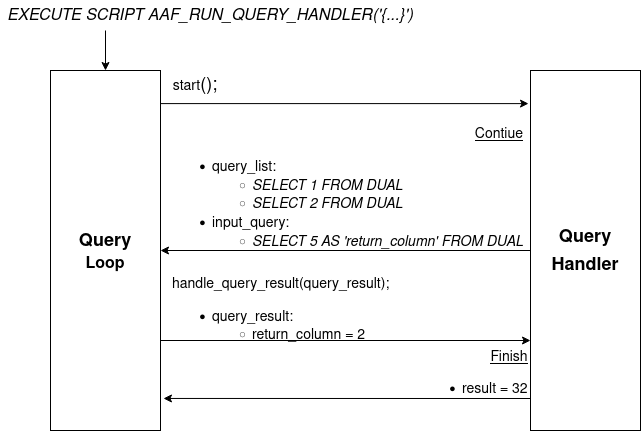
The draw.io diagram doc/images/sample_execution.png in exasol/advanced-analytics-framework, before a commit. Source tidied: cells renumbered, new cells last; positions are measured from the earlier drawing's top-left corner, leaving out a move shared by most shapes. The source it was exported from:
```xml
<mxGraphModel>
  <root>
    <mxCell id="0" />
    <mxCell id="1" parent="0" />
    <mxCell id="2" style="edgeStyle=orthogonalEdgeStyle;rounded=0;jettySize=auto;html=1;exitX=1;exitY=0.25;exitDx=0;exitDy=0;entryX=-0.018;entryY=0.092;entryDx=0;entryDy=0;entryPerimeter=0;fontSize=14;" parent="1" edge="1" source="5" target="7">
      <mxGeometry relative="1" as="geometry">
        <Array as="points">
          <mxPoint x="160" y="103" />
        </Array>
      </mxGeometry>
    </mxCell>
    <mxCell id="3" style="edgeStyle=orthogonalEdgeStyle;rounded=0;jettySize=auto;html=1;exitX=0;exitY=0.5;exitDx=0;exitDy=0;entryX=1;entryY=0.5;entryDx=0;entryDy=0;fontSize=14;" parent="1" edge="1" source="7" target="5">
      <mxGeometry relative="1" as="geometry" />
    </mxCell>
    <mxCell id="4" style="edgeStyle=orthogonalEdgeStyle;rounded=0;jettySize=auto;html=1;exitX=1;exitY=0.75;exitDx=0;exitDy=0;entryX=0;entryY=0.75;entryDx=0;entryDy=0;fontSize=14;" parent="1" edge="1" source="5" target="7">
      <mxGeometry relative="1" as="geometry" />
    </mxCell>
    <mxCell id="5" value="&lt;div&gt;&lt;font style=&quot;font-size: 24px&quot;&gt;&lt;b&gt;&lt;font style=&quot;font-size: 18px&quot;&gt;Query&lt;/font&gt;&lt;/b&gt;&lt;/font&gt;&lt;/div&gt;&lt;div&gt;&lt;font size=&quot;3&quot;&gt;&lt;b&gt;Loop&lt;br&gt;&lt;/b&gt;&lt;/font&gt;&lt;/div&gt;" style="rounded=0;whiteSpace=wrap;html=1;" parent="1" vertex="1">
      <mxGeometry x="50" y="70" width="110" height="360" as="geometry" />
    </mxCell>
    <mxCell id="6" style="edgeStyle=orthogonalEdgeStyle;rounded=0;jettySize=auto;html=1;exitX=0;exitY=0.75;exitDx=0;exitDy=0;entryX=1.027;entryY=0.911;entryDx=0;entryDy=0;entryPerimeter=0;fontSize=14;" parent="1" edge="1" source="7" target="5">
      <mxGeometry relative="1" as="geometry">
        <Array as="points">
          <mxPoint x="530" y="398" />
        </Array>
      </mxGeometry>
    </mxCell>
    <mxCell id="7" value="&lt;font style=&quot;font-size: 24px&quot;&gt;&lt;b&gt;&lt;font style=&quot;font-size: 18px&quot;&gt;Query&lt;br&gt;Handler&lt;br&gt;&lt;/font&gt;&lt;/b&gt;&lt;/font&gt;" style="rounded=0;whiteSpace=wrap;html=1;" parent="1" vertex="1">
      <mxGeometry x="530" y="70" width="110" height="360" as="geometry" />
    </mxCell>
    <mxCell id="8" style="edgeStyle=orthogonalEdgeStyle;rounded=0;jettySize=auto;html=1;exitX=0.25;exitY=1;exitDx=0;exitDy=0;fontSize=16;" parent="1" edge="1" source="9" target="5">
      <mxGeometry relative="1" as="geometry" />
    </mxCell>
    <mxCell id="9" value="&lt;i&gt;&lt;font style=&quot;font-size: 16px&quot;&gt;EXECUTE SCRIPT AAF_RUN_QUERY_HANDLER('{...}')&lt;/font&gt;&lt;/i&gt;" style="text;html=1;strokeColor=none;fillColor=none;align=center;verticalAlign=middle;whiteSpace=wrap;rounded=0;fontSize=18;" parent="1" vertex="1">
      <mxGeometry width="420" height="30" as="geometry" />
    </mxCell>
    <mxCell id="10" value="&lt;font style=&quot;font-size: 14px&quot;&gt;start&lt;/font&gt;();" style="text;html=1;strokeColor=none;fillColor=none;align=center;verticalAlign=middle;whiteSpace=wrap;rounded=0;fontSize=18;" parent="1" vertex="1">
      <mxGeometry x="160" y="70" width="70" height="30" as="geometry" />
    </mxCell>
    <mxCell id="11" value="&lt;div style=&quot;font-size: 14px&quot;&gt;&lt;div align=&quot;right&quot;&gt;&lt;u&gt;Contiue&lt;/u&gt;&lt;br&gt;&lt;/div&gt;&lt;ul&gt;&lt;li&gt;&lt;font style=&quot;font-size: 14px&quot;&gt;query_list:&lt;br&gt;&lt;/font&gt;&lt;/li&gt;&lt;ul&gt;&lt;li&gt;&lt;font style=&quot;font-size: 14px&quot;&gt;&lt;i&gt;&lt;span&gt;SELECT 1 FROM DUAL&lt;/span&gt;&lt;/i&gt;&lt;/font&gt;&lt;/li&gt;&lt;li&gt;&lt;font style=&quot;font-size: 14px&quot;&gt;&lt;i&gt;&lt;span&gt;SELECT 2 FROM DUAL&lt;/span&gt;&lt;/i&gt;&lt;/font&gt;&lt;/li&gt;&lt;/ul&gt;&lt;li&gt;&lt;font style=&quot;font-size: 14px&quot;&gt;&lt;span&gt;input_query:&lt;/span&gt;&lt;/font&gt;&lt;/li&gt;&lt;ul&gt;&lt;li&gt;&lt;font style=&quot;font-size: 14px&quot;&gt;&lt;i&gt;&lt;span&gt;SELECT 5 AS 'return_column' FROM DUAL&lt;br&gt;&lt;/span&gt;&lt;/i&gt;&lt;/font&gt;&lt;/li&gt;&lt;/ul&gt;&lt;/ul&gt;&lt;/div&gt;" style="text;html=1;strokeColor=none;fillColor=none;align=left;verticalAlign=middle;whiteSpace=wrap;rounded=0;fontSize=18;" parent="1" vertex="1">
      <mxGeometry x="170" y="140" width="360" height="110" as="geometry" />
    </mxCell>
    <mxCell id="12" value="&lt;div style=&quot;font-size: 14px&quot;&gt;&lt;font style=&quot;font-size: 14px&quot;&gt;handle_query_result(query_result);&lt;/font&gt;&lt;/div&gt;&lt;div style=&quot;font-size: 14px&quot;&gt;&lt;ul&gt;&lt;li&gt;&lt;font style=&quot;font-size: 14px&quot;&gt;query_result:&lt;/font&gt;&lt;/li&gt;&lt;ul&gt;&lt;li&gt;&lt;font style=&quot;font-size: 14px&quot;&gt;&lt;span style=&quot;white-space: pre&quot;&gt;return_column = 2&#9;&lt;/span&gt;&lt;/font&gt;&lt;/li&gt;&lt;/ul&gt;&lt;/ul&gt;&lt;/div&gt;&lt;div style=&quot;font-size: 14px&quot;&gt;&lt;font style=&quot;font-size: 14px&quot;&gt;&lt;span style=&quot;white-space: pre&quot;&gt;&#9;&lt;/span&gt;&lt;br&gt;&lt;/font&gt;&lt;/div&gt;" style="text;html=1;strokeColor=none;fillColor=none;align=left;verticalAlign=middle;whiteSpace=wrap;rounded=0;fontSize=18;" parent="1" vertex="1">
      <mxGeometry x="170" y="320" width="250" height="10" as="geometry" />
    </mxCell>
    <mxCell id="13" value="&lt;div style=&quot;font-size: 14px&quot; align=&quot;right&quot;&gt;&lt;u&gt;&lt;font style=&quot;font-size: 14px&quot;&gt;Finish&lt;/font&gt;&lt;/u&gt;&lt;/div&gt;&lt;div style=&quot;font-size: 14px&quot;&gt;&lt;ul&gt;&lt;li&gt;&lt;font style=&quot;font-size: 14px&quot;&gt;result = 32&lt;br&gt;&lt;/font&gt;&lt;/li&gt;&lt;/ul&gt;&lt;/div&gt;" style="text;html=1;strokeColor=none;fillColor=none;align=left;verticalAlign=middle;whiteSpace=wrap;rounded=0;fontSize=18;" parent="1" vertex="1">
      <mxGeometry x="420" y="360" width="110" height="40" as="geometry" />
    </mxCell>
  </root>
</mxGraphModel>
```
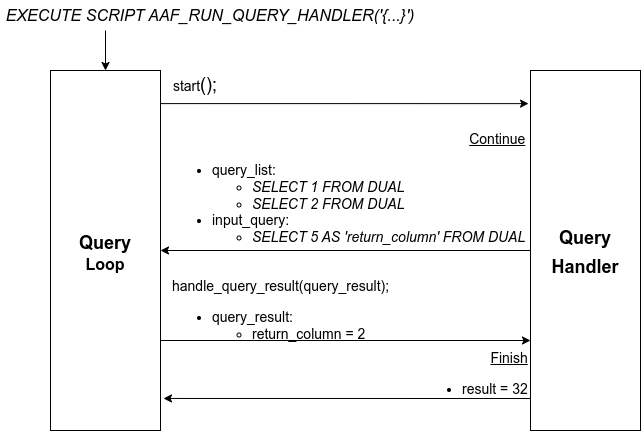
Above is the later version.

Commit message:
Updated images with sample execution

Change to the diagram source:
```diff
@@ -37,7 +37,7 @@
     <mxCell id="10" value="&lt;font style=&quot;font-size: 14px&quot;&gt;start&lt;/font&gt;();" style="text;html=1;strokeColor=none;fillColor=none;align=center;verticalAlign=middle;whiteSpace=wrap;rounded=0;fontSize=18;" parent="1" vertex="1">
       <mxGeometry x="160" y="70" width="70" height="30" as="geometry" />
     </mxCell>
-    <mxCell id="11" value="&lt;div style=&quot;font-size: 14px&quot;&gt;&lt;div align=&quot;right&quot;&gt;&lt;u&gt;Contiue&lt;/u&gt;&lt;br&gt;&lt;/div&gt;&lt;ul&gt;&lt;li&gt;&lt;font style=&quot;font-size: 14px&quot;&gt;query_list:&lt;br&gt;&lt;/font&gt;&lt;/li&gt;&lt;ul&gt;&lt;li&gt;&lt;font style=&quot;font-size: 14px&quot;&gt;&lt;i&gt;&lt;span&gt;SELECT 1 FROM DUAL&lt;/span&gt;&lt;/i&gt;&lt;/font&gt;&lt;/li&gt;&lt;li&gt;&lt;font style=&quot;font-size: 14px&quot;&gt;&lt;i&gt;&lt;span&gt;SELECT 2 FROM DUAL&lt;/span&gt;&lt;/i&gt;&lt;/font&gt;&lt;/li&gt;&lt;/ul&gt;&lt;li&gt;&lt;font style=&quot;font-size: 14px&quot;&gt;&lt;span&gt;input_query:&lt;/span&gt;&lt;/font&gt;&lt;/li&gt;&lt;ul&gt;&lt;li&gt;&lt;font style=&quot;font-size: 14px&quot;&gt;&lt;i&gt;&lt;span&gt;SELECT 5 AS 'return_column' FROM DUAL&lt;br&gt;&lt;/span&gt;&lt;/i&gt;&lt;/font&gt;&lt;/li&gt;&lt;/ul&gt;&lt;/ul&gt;&lt;/div&gt;" style="text;html=1;strokeColor=none;fillColor=none;align=left;verticalAlign=middle;whiteSpace=wrap;rounded=0;fontSize=18;" parent="1" vertex="1">
+    <mxCell id="11" value="&lt;div style=&quot;font-size: 14px&quot;&gt;&lt;div align=&quot;right&quot;&gt;&lt;u&gt;Continue&lt;/u&gt;&lt;br&gt;&lt;/div&gt;&lt;ul&gt;&lt;li&gt;&lt;font style=&quot;font-size: 14px&quot;&gt;query_list:&lt;br&gt;&lt;/font&gt;&lt;/li&gt;&lt;ul&gt;&lt;li&gt;&lt;font style=&quot;font-size: 14px&quot;&gt;&lt;i&gt;&lt;span&gt;SELECT 1 FROM DUAL&lt;/span&gt;&lt;/i&gt;&lt;/font&gt;&lt;/li&gt;&lt;li&gt;&lt;font style=&quot;font-size: 14px&quot;&gt;&lt;i&gt;&lt;span&gt;SELECT 2 FROM DUAL&lt;/span&gt;&lt;/i&gt;&lt;/font&gt;&lt;/li&gt;&lt;/ul&gt;&lt;li&gt;&lt;font style=&quot;font-size: 14px&quot;&gt;&lt;span&gt;input_query:&lt;/span&gt;&lt;/font&gt;&lt;/li&gt;&lt;ul&gt;&lt;li&gt;&lt;font style=&quot;font-size: 14px&quot;&gt;&lt;i&gt;&lt;span&gt;SELECT 5 AS 'return_column' FROM DUAL&lt;br&gt;&lt;/span&gt;&lt;/i&gt;&lt;/font&gt;&lt;/li&gt;&lt;/ul&gt;&lt;/ul&gt;&lt;/div&gt;" style="text;html=1;strokeColor=none;fillColor=none;align=left;verticalAlign=middle;whiteSpace=wrap;rounded=0;fontSize=18;" parent="1" vertex="1">
       <mxGeometry x="170" y="140" width="360" height="110" as="geometry" />
     </mxCell>
     <mxCell id="12" value="&lt;div style=&quot;font-size: 14px&quot;&gt;&lt;font style=&quot;font-size: 14px&quot;&gt;handle_query_result(query_result);&lt;/font&gt;&lt;/div&gt;&lt;div style=&quot;font-size: 14px&quot;&gt;&lt;ul&gt;&lt;li&gt;&lt;font style=&quot;font-size: 14px&quot;&gt;query_result:&lt;/font&gt;&lt;/li&gt;&lt;ul&gt;&lt;li&gt;&lt;font style=&quot;font-size: 14px&quot;&gt;&lt;span style=&quot;white-space: pre&quot;&gt;return_column = 2&#9;&lt;/span&gt;&lt;/font&gt;&lt;/li&gt;&lt;/ul&gt;&lt;/ul&gt;&lt;/div&gt;&lt;div style=&quot;font-size: 14px&quot;&gt;&lt;font style=&quot;font-size: 14px&quot;&gt;&lt;span style=&quot;white-space: pre&quot;&gt;&#9;&lt;/span&gt;&lt;br&gt;&lt;/font&gt;&lt;/div&gt;" style="text;html=1;strokeColor=none;fillColor=none;align=left;verticalAlign=middle;whiteSpace=wrap;rounded=0;fontSize=18;" parent="1" vertex="1">
```
